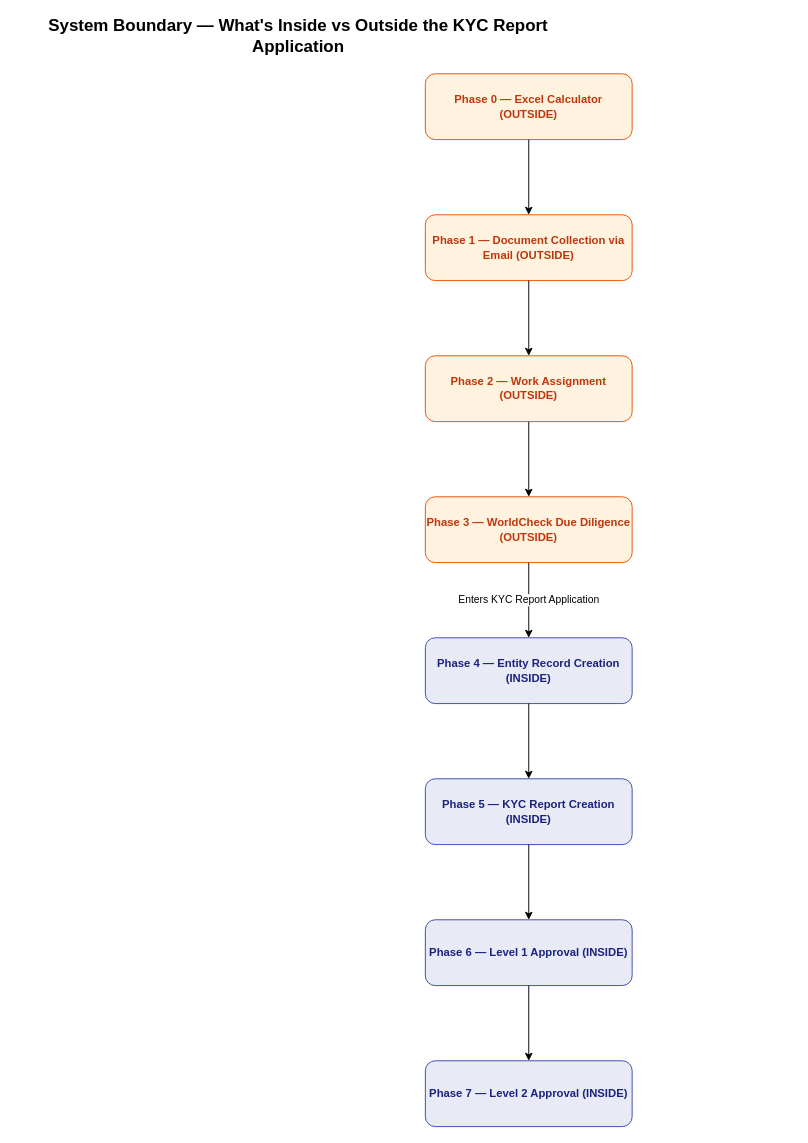
The draw.io diagram page "System Boundary" (1 of 8) of docs/diagrams/drawio/asis-process.drawio in mazharr-hussain/KycReport, before the edit. Source tidied: cells renumbered, new cells numbered last; positions are measured from the earlier drawing's top-left corner, leaving out a move shared by most shapes. Both pictures are drawn from the tidied source at 94%, with x=0, y=0 at pixel (16, 17).
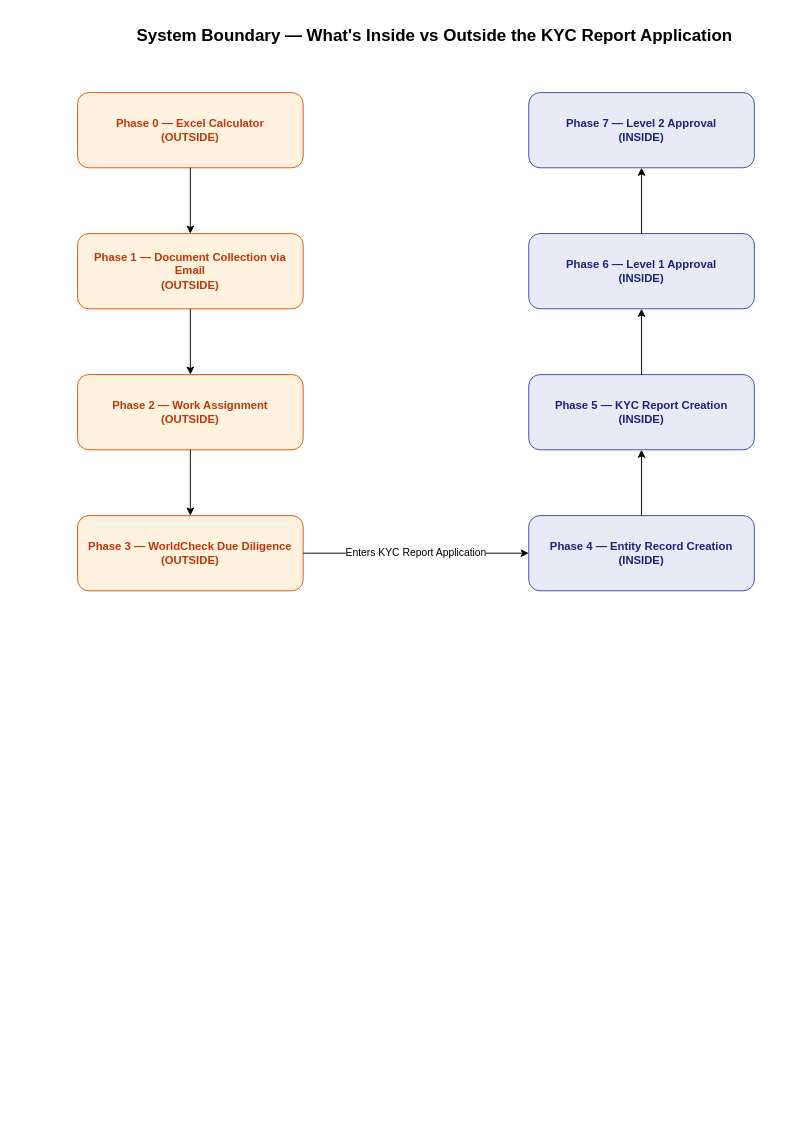
The same diagram, later.

What changed in the source:
```diff
@@
 <mxGraphModel>
   <root>
     <mxCell id="0" />
     <mxCell id="1" parent="0" />
     <mxCell id="2" value="System Boundary — What's Inside vs Outside the KYC Report Application" style="text;html=1;strokeColor=none;fillColor=none;align=center;verticalAlign=middle;whiteSpace=wrap;rounded=0;fontSize=18;fontStyle=1;" parent="1" vertex="1">
-      <mxGeometry width="600" height="40" as="geometry" />
+      <mxGeometry x="65" width="760" height="40" as="geometry" />
     </mxCell>
-    <mxCell id="3" value="Phase 0 — Excel Calculator (OUTSIDE)" style="rect;whiteSpace=wrap;html=1;fillColor=#FFF3E0;strokeColor=#E65100;fontColor=#BF360C;fontSize=12;fontStyle=1;rounded=1;" parent="1" vertex="1">
-      <mxGeometry x="435" y="60" width="220" height="70" as="geometry" />
+    <mxCell id="3" value="Phase 0 — Excel Calculator&#10;(OUTSIDE)" style="rect;whiteSpace=wrap;html=1;fillColor=#FFF3E0;strokeColor=#E65100;fontColor=#BF360C;fontSize=12;fontStyle=1;rounded=1;" parent="1" vertex="1">
+      <mxGeometry x="65" y="80" width="240" height="80" as="geometry" />
     </mxCell>
-    <mxCell id="4" value="Phase 1 — Document Collection via Email (OUTSIDE)" style="rect;whiteSpace=wrap;html=1;fillColor=#FFF3E0;strokeColor=#E65100;fontColor=#BF360C;fontSize=12;fontStyle=1;rounded=1;" parent="1" vertex="1">
-      <mxGeometry x="435" y="210" width="220" height="70" as="geometry" />
+    <mxCell id="4" value="Phase 1 — Document Collection via Email&#10;(OUTSIDE)" style="rect;whiteSpace=wrap;html=1;fillColor=#FFF3E0;strokeColor=#E65100;fontColor=#BF360C;fontSize=12;fontStyle=1;rounded=1;" parent="1" vertex="1">
+      <mxGeometry x="65" y="230" width="240" height="80" as="geometry" />
     </mxCell>
-    <mxCell id="5" value="Phase 2 — Work Assignment (OUTSIDE)" style="rect;whiteSpace=wrap;html=1;fillColor=#FFF3E0;strokeColor=#E65100;fontColor=#BF360C;fontSize=12;fontStyle=1;rounded=1;" parent="1" vertex="1">
-      <mxGeometry x="435" y="360" width="220" height="70" as="geometry" />
+    <mxCell id="5" value="Phase 2 — Work Assignment&#10;(OUTSIDE)" style="rect;whiteSpace=wrap;html=1;fillColor=#FFF3E0;strokeColor=#E65100;fontColor=#BF360C;fontSize=12;fontStyle=1;rounded=1;" parent="1" vertex="1">
+      <mxGeometry x="65" y="380" width="240" height="80" as="geometry" />
     </mxCell>
-    <mxCell id="6" value="Phase 3 — WorldCheck Due Diligence (OUTSIDE)" style="rect;whiteSpace=wrap;html=1;fillColor=#FFF3E0;strokeColor=#E65100;fontColor=#BF360C;fontSize=12;fontStyle=1;rounded=1;" parent="1" vertex="1">
-      <mxGeometry x="435" y="510" width="220" height="70" as="geometry" />
+    <mxCell id="6" value="Phase 3 — WorldCheck Due Diligence&#10;(OUTSIDE)" style="rect;whiteSpace=wrap;html=1;fillColor=#FFF3E0;strokeColor=#E65100;fontColor=#BF360C;fontSize=12;fontStyle=1;rounded=1;" parent="1" vertex="1">
+      <mxGeometry x="65" y="530" width="240" height="80" as="geometry" />
     </mxCell>
-    <mxCell id="7" value="Phase 4 — Entity Record Creation (INSIDE)" style="rect;whiteSpace=wrap;html=1;fillColor=#E8EAF6;strokeColor=#3949AB;fontColor=#1A237E;fontSize=12;fontStyle=1;rounded=1;" parent="1" vertex="1">
-      <mxGeometry x="435" y="660" width="220" height="70" as="geometry" />
+    <mxCell id="7" value="Phase 4 — Entity Record Creation&#10;(INSIDE)" style="rect;whiteSpace=wrap;html=1;fillColor=#E8EAF6;strokeColor=#3949AB;fontColor=#1A237E;fontSize=12;fontStyle=1;rounded=1;" parent="1" vertex="1">
+      <mxGeometry x="545" y="530" width="240" height="80" as="geometry" />
     </mxCell>
-    <mxCell id="8" value="Phase 5 — KYC Report Creation (INSIDE)" style="rect;whiteSpace=wrap;html=1;fillColor=#E8EAF6;strokeColor=#3949AB;fontColor=#1A237E;fontSize=12;fontStyle=1;rounded=1;" parent="1" vertex="1">
-      <mxGeometry x="435" y="810" width="220" height="70" as="geometry" />
+    <mxCell id="8" value="Phase 5 — KYC Report Creation&#10;(INSIDE)" style="rect;whiteSpace=wrap;html=1;fillColor=#E8EAF6;strokeColor=#3949AB;fontColor=#1A237E;fontSize=12;fontStyle=1;rounded=1;" parent="1" vertex="1">
+      <mxGeometry x="545" y="380" width="240" height="80" as="geometry" />
     </mxCell>
-    <mxCell id="9" value="Phase 6 — Level 1 Approval (INSIDE)" style="rect;whiteSpace=wrap;html=1;fillColor=#E8EAF6;strokeColor=#3949AB;fontColor=#1A237E;fontSize=12;fontStyle=1;rounded=1;" parent="1" vertex="1">
-      <mxGeometry x="435" y="960" width="220" height="70" as="geometry" />
+    <mxCell id="9" value="Phase 6 — Level 1 Approval&#10;(INSIDE)" style="rect;whiteSpace=wrap;html=1;fillColor=#E8EAF6;strokeColor=#3949AB;fontColor=#1A237E;fontSize=12;fontStyle=1;rounded=1;" parent="1" vertex="1">
+      <mxGeometry x="545" y="230" width="240" height="80" as="geometry" />
     </mxCell>
-    <mxCell id="10" value="Phase 7 — Level 2 Approval (INSIDE)" style="rect;whiteSpace=wrap;html=1;fillColor=#E8EAF6;strokeColor=#3949AB;fontColor=#1A237E;fontSize=12;fontStyle=1;rounded=1;" parent="1" vertex="1">
-      <mxGeometry x="435" y="1110" width="220" height="70" as="geometry" />
+    <mxCell id="10" value="Phase 7 — Level 2 Approval&#10;(INSIDE)" style="rect;whiteSpace=wrap;html=1;fillColor=#E8EAF6;strokeColor=#3949AB;fontColor=#1A237E;fontSize=12;fontStyle=1;rounded=1;" parent="1" vertex="1">
+      <mxGeometry x="545" y="80" width="240" height="80" as="geometry" />
     </mxCell>
-    <mxCell id="11" style="edgeStyle=orthogonalEdgeStyle;rounded=0;html=1;fontSize=11;" parent="1" edge="1" source="3" target="4">
+    <mxCell id="11" style="edgeStyle=orthogonalEdgeStyle;rounded=0;html=1;fontSize=11;exitX=0.5;exitY=1;entryX=0.5;entryY=0;" parent="1" edge="1" source="3" target="4">
       <mxGeometry relative="1" as="geometry" />
     </mxCell>
-    <mxCell id="12" style="edgeStyle=orthogonalEdgeStyle;rounded=0;html=1;fontSize=11;" parent="1" edge="1" source="4" target="5">
+    <mxCell id="12" style="edgeStyle=orthogonalEdgeStyle;rounded=0;html=1;fontSize=11;exitX=0.5;exitY=1;entryX=0.5;entryY=0;" parent="1" edge="1" source="4" target="5">
       <mxGeometry relative="1" as="geometry" />
     </mxCell>
-    <mxCell id="13" style="edgeStyle=orthogonalEdgeStyle;rounded=0;html=1;fontSize=11;" parent="1" edge="1" source="5" target="6">
+    <mxCell id="13" style="edgeStyle=orthogonalEdgeStyle;rounded=0;html=1;fontSize=11;exitX=0.5;exitY=1;entryX=0.5;entryY=0;" parent="1" edge="1" source="5" target="6">
       <mxGeometry relative="1" as="geometry" />
     </mxCell>
-    <mxCell id="14" value="Enters KYC Report Application" style="edgeStyle=orthogonalEdgeStyle;rounded=0;html=1;fontSize=11;" parent="1" edge="1" source="6" target="7">
+    <mxCell id="14" value="Enters KYC Report Application" style="edgeStyle=orthogonalEdgeStyle;rounded=0;html=1;fontSize=11;exitX=1;exitY=0.5;entryX=0;entryY=0.5;" parent="1" edge="1" source="6" target="7">
       <mxGeometry relative="1" as="geometry" />
     </mxCell>
-    <mxCell id="15" style="edgeStyle=orthogonalEdgeStyle;rounded=0;html=1;fontSize=11;" parent="1" edge="1" source="7" target="8">
+    <mxCell id="15" style="edgeStyle=orthogonalEdgeStyle;rounded=0;html=1;fontSize=11;exitX=0.5;exitY=0;entryX=0.5;entryY=1;" parent="1" edge="1" source="7" target="8">
       <mxGeometry relative="1" as="geometry" />
     </mxCell>
-    <mxCell id="16" style="edgeStyle=orthogonalEdgeStyle;rounded=0;html=1;fontSize=11;" parent="1" edge="1" source="8" target="9">
+    <mxCell id="16" style="edgeStyle=orthogonalEdgeStyle;rounded=0;html=1;fontSize=11;exitX=0.5;exitY=0;entryX=0.5;entryY=1;" parent="1" edge="1" source="8" target="9">
       <mxGeometry relative="1" as="geometry" />
     </mxCell>
-    <mxCell id="17" style="edgeStyle=orthogonalEdgeStyle;rounded=0;html=1;fontSize=11;" parent="1" edge="1" source="9" target="10">
+    <mxCell id="17" style="edgeStyle=orthogonalEdgeStyle;rounded=0;html=1;fontSize=11;exitX=0.5;exitY=0;entryX=0.5;entryY=1;" parent="1" edge="1" source="9" target="10">
       <mxGeometry relative="1" as="geometry" />
     </mxCell>
   </root>
 </mxGraphModel>
```
